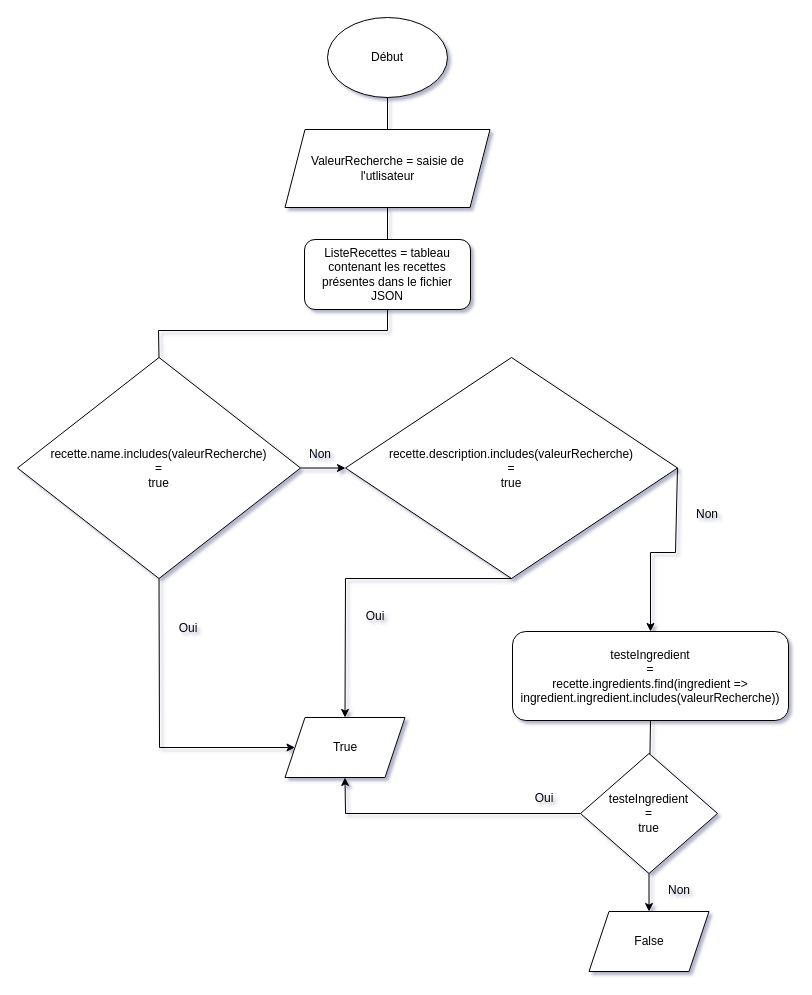
Earlier version of the draw.io diagram Untitled Diagram.drawio (Liogas/GastonLions_7_21042022). Source tidied: cells renumbered, new cells numbered last; positions are measured from the earlier drawing's top-left corner, leaving out a move shared by most shapes. Both pictures are drawn from the tidied source at 100%, with x=0, y=0 at pixel (17, 17).
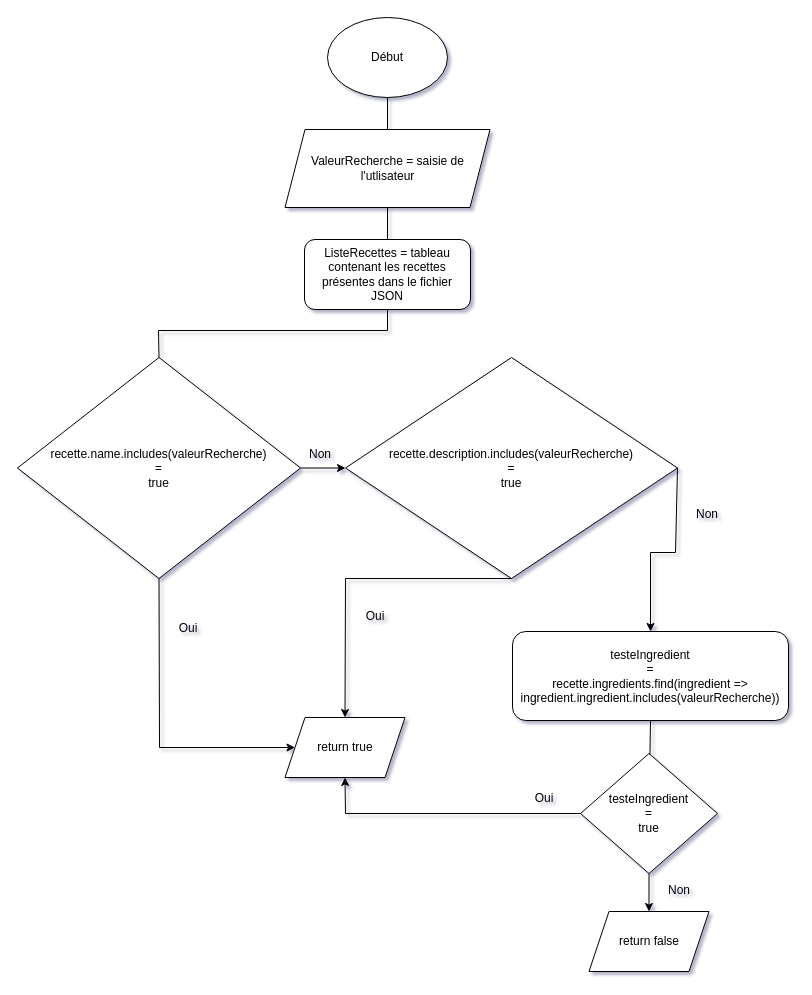
The same page after the edit.

The edit, as a diff of the source:
```diff
@@
-    <mxCell id="12" value="True" style="shape=parallelogram;perimeter=parallelogramPerimeter;whiteSpace=wrap;html=1;fixedSize=1;" parent="1" vertex="1">
+    <mxCell id="12" value="return true" style="shape=parallelogram;perimeter=parallelogramPerimeter;whiteSpace=wrap;html=1;fixedSize=1;" parent="1" vertex="1">
       <mxGeometry x="267.5" y="700" width="120" height="60" as="geometry" />
     </mxCell>
@@
-    <mxCell id="17" value="False" style="shape=parallelogram;perimeter=parallelogramPerimeter;whiteSpace=wrap;html=1;fixedSize=1;" parent="1" vertex="1">
+    <mxCell id="17" value="return false" style="shape=parallelogram;perimeter=parallelogramPerimeter;whiteSpace=wrap;html=1;fixedSize=1;" parent="1" vertex="1">
       <mxGeometry x="571.5" y="894" width="120" height="60" as="geometry" />
     </mxCell>
```
